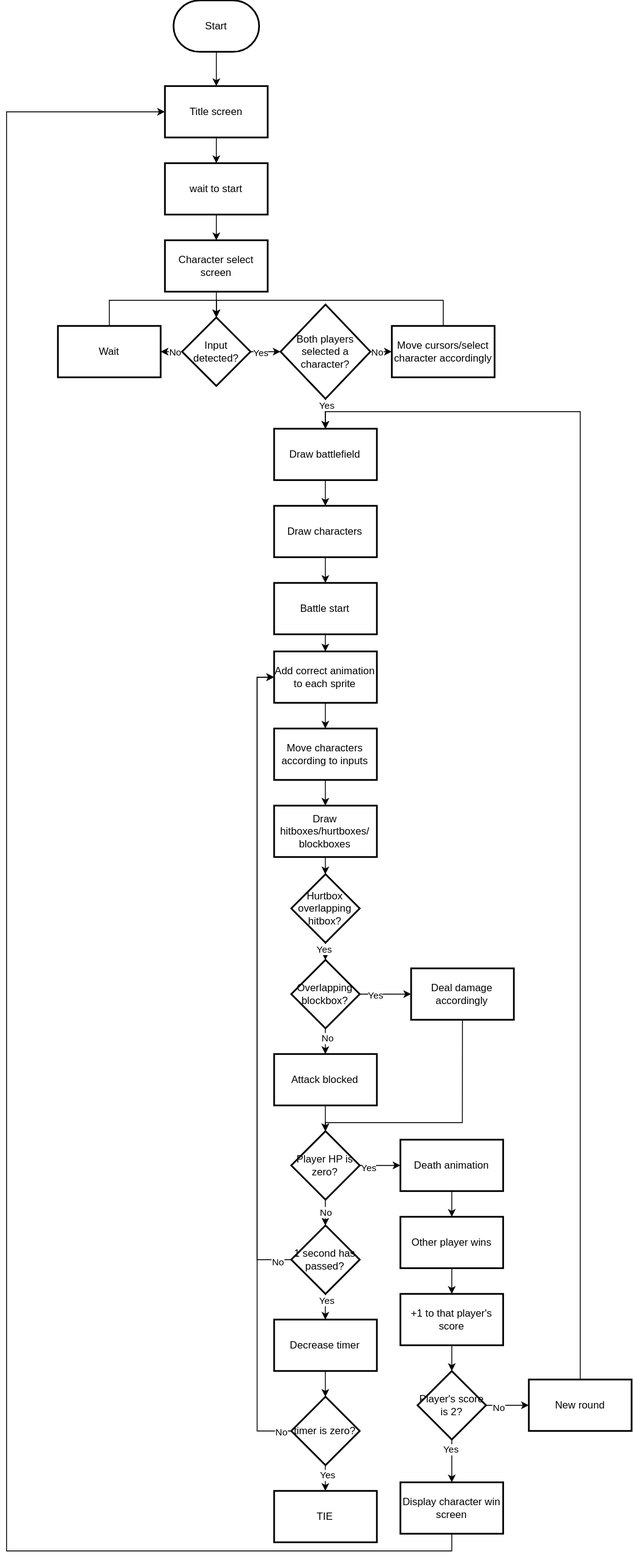
This is SF2Flowchart.svg from aidaninheaven/SHOP-FIGHTER, a draw.io export, as it was before one commit. Source tidied: cells renumbered, new cells last; positions are measured from the earlier drawing's top-left corner, leaving out a move shared by most shapes.
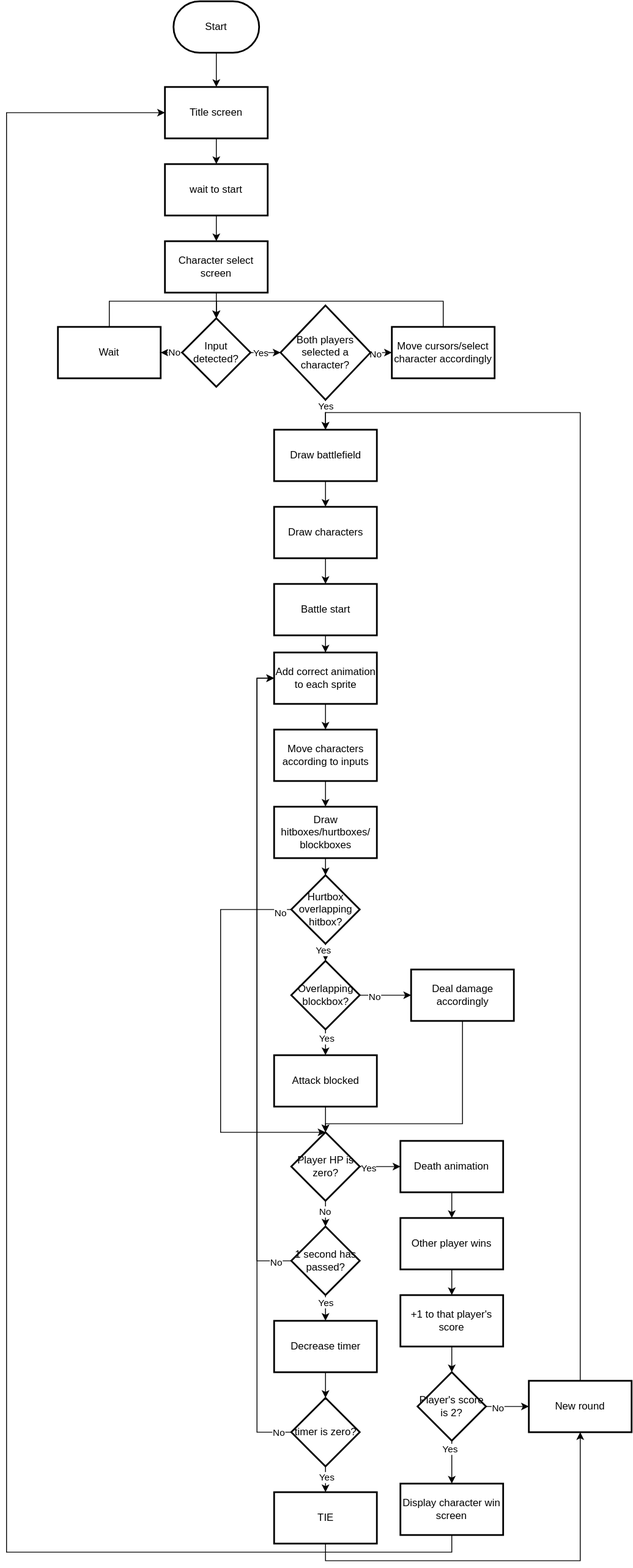
The same diagram one commit later.

Diff of the diagram source:
```diff
@@ -117,21 +117,34 @@
         <mxPoint x="-1" as="offset" />
       </mxGeometry>
     </mxCell>
+    <mxCell id="81" style="edgeStyle=orthogonalEdgeStyle;rounded=0;jettySize=auto;html=1;exitX=0;exitY=0.5;exitDx=0;exitDy=0;entryX=0.5;entryY=0;entryDx=0;entryDy=0;" parent="1" edge="1" source="38" target="52">
+      <mxGeometry relative="1" as="geometry">
+        <Array as="points">
+          <mxPoint x="250" y="1060" />
+          <mxPoint x="250" y="1320" />
+        </Array>
+      </mxGeometry>
+    </mxCell>
+    <mxCell id="82" value="No" style="edgeLabel;html=1;align=center;verticalAlign=middle;" parent="81" vertex="1">
+      <mxGeometry x="-0.94" y="3" relative="1" as="geometry">
+        <mxPoint x="1" as="offset" />
+      </mxGeometry>
+    </mxCell>
     <mxCell id="38" value="Hurtbox overlapping hitbox?" style="rhombus;whiteSpace=wrap;html=1;strokeWidth=2;" parent="1" vertex="1">
       <mxGeometry x="332.5" y="1020" width="80" height="80" as="geometry" />
     </mxCell>
     <mxCell id="39" style="edgeStyle=orthogonalEdgeStyle;rounded=0;jettySize=auto;html=1;" parent="1" edge="1" source="43" target="45">
       <mxGeometry relative="1" as="geometry" />
     </mxCell>
-    <mxCell id="40" value="No" style="edgeLabel;html=1;align=center;verticalAlign=middle;" parent="39" vertex="1">
-      <mxGeometry x="-0.54" y="1" relative="1" as="geometry" />
-    </mxCell>
+    <mxCell id="42" value="Yes" style="edgeLabel;html=1;align=center;verticalAlign=middle;" parent="39" vertex="1">
+      <mxGeometry x="0.2" y="1" relative="1" as="geometry" />
+    </mxCell>
     <mxCell id="41" style="edgeStyle=orthogonalEdgeStyle;rounded=0;jettySize=auto;html=1;" parent="1" edge="1" source="43" target="47">
       <mxGeometry relative="1" as="geometry" />
     </mxCell>
-    <mxCell id="42" value="Yes" style="edgeLabel;html=1;align=center;verticalAlign=middle;" parent="41" vertex="1">
-      <mxGeometry x="-0.46" relative="1" as="geometry" />
-    </mxCell>
+    <mxCell id="83" value="No" style="edgeLabel;html=1;align=center;verticalAlign=middle;" parent="41" vertex="1">
+      <mxGeometry x="-0.45" y="-1" relative="1" as="geometry" />
+    </mxCell>
     <mxCell id="43" value="Overlapping blockbox?" style="rhombus;whiteSpace=wrap;html=1;strokeWidth=2;" parent="1" vertex="1">
       <mxGeometry x="332.5" y="1120" width="80" height="80" as="geometry" />
     </mxCell>
@@ -205,6 +218,9 @@
     <mxCell id="64" value="timer is zero?" style="rhombus;whiteSpace=wrap;html=1;strokeWidth=2;" parent="1" vertex="1">
       <mxGeometry x="332.5" y="1630" width="80" height="80" as="geometry" />
     </mxCell>
+    <mxCell id="84" style="edgeStyle=orthogonalEdgeStyle;rounded=0;jettySize=auto;html=1;exitX=0.5;exitY=1;exitDx=0;exitDy=0;entryX=0.5;entryY=1;entryDx=0;entryDy=0;" parent="1" edge="1" source="65" target="80">
+      <mxGeometry relative="1" as="geometry" />
+    </mxCell>
     <mxCell id="65" value="TIE" style="whiteSpace=wrap;html=1;strokeWidth=2;" parent="1" vertex="1">
       <mxGeometry x="312.5" y="1740" width="120" height="60" as="geometry" />
     </mxCell>
```
